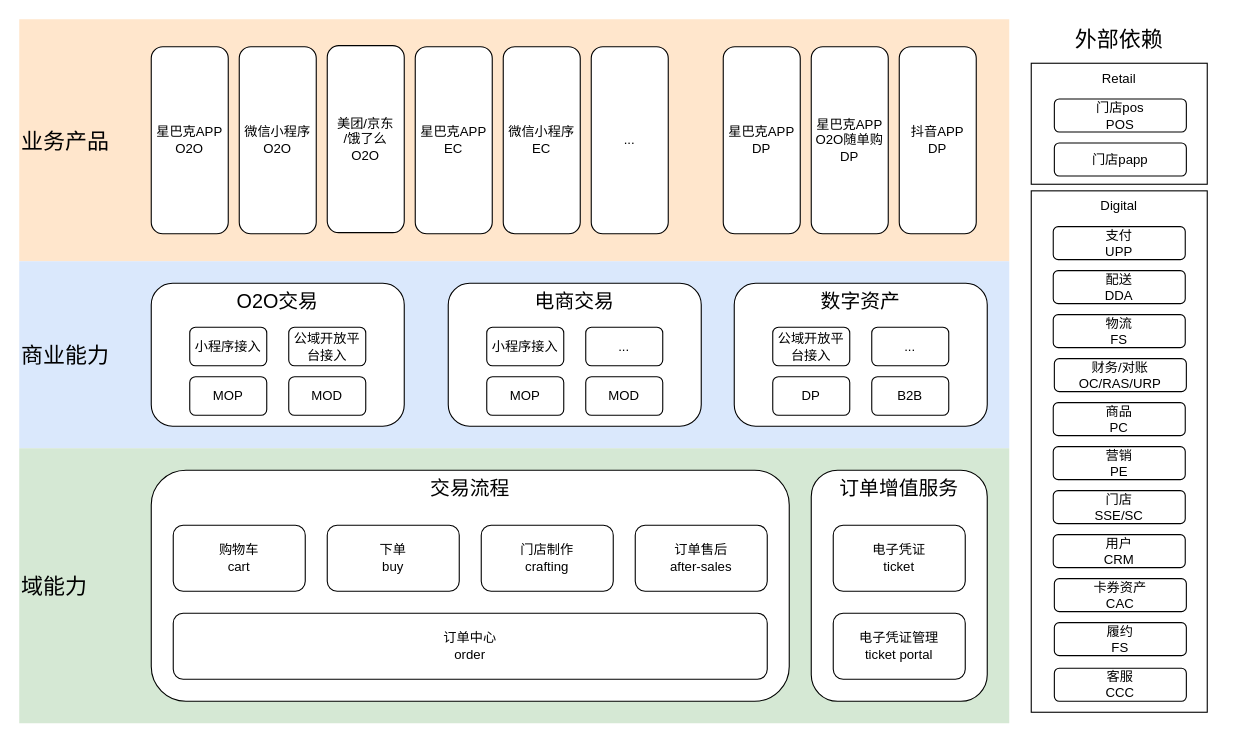
This is page "目标技术架构" (2 of 4) of OMS2.0业务架构.drawio from alexzhang2015/PC2.0, a draw.io file, before an edit. Source tidied: cells renumbered, new cells numbered last; positions are measured from the earlier drawing's top-left corner, leaving out a move shared by most shapes. Both pictures are drawn from the tidied source at 110%, with x=0, y=0 at pixel (19, 19).
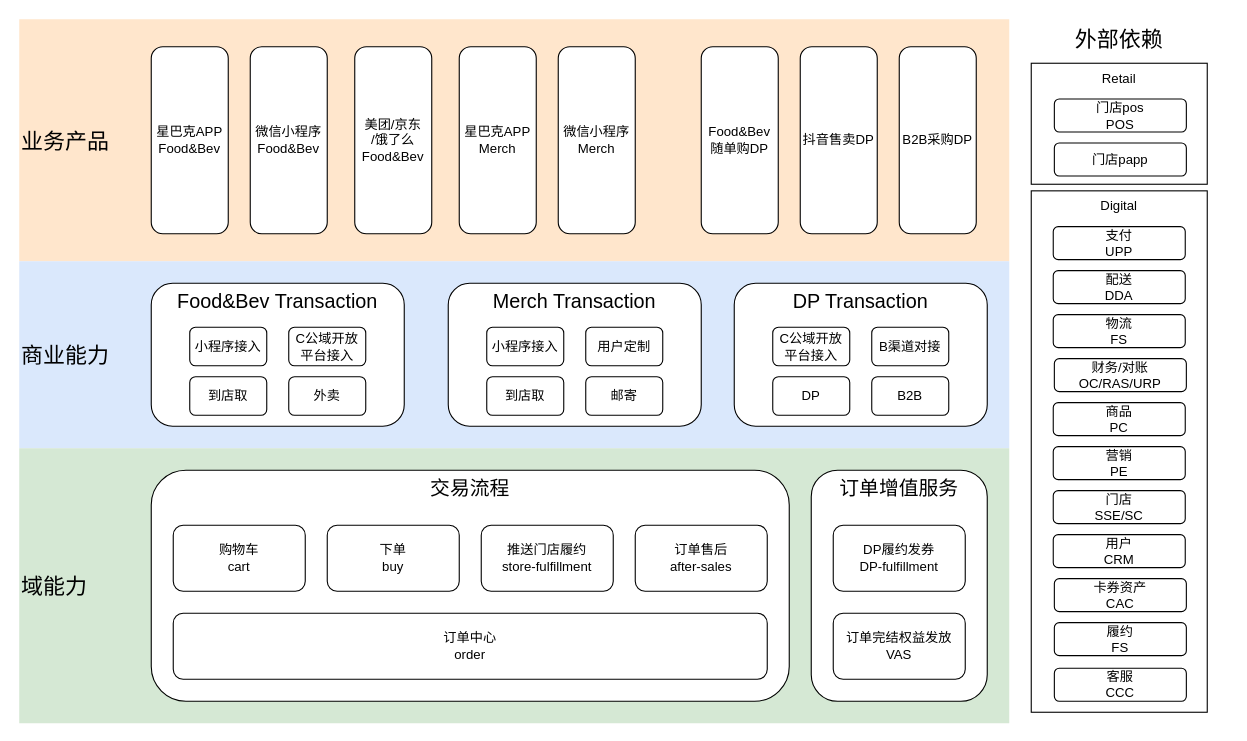
The same page after the edit.

Commit message:
更新OMS2.0业务架构.drawio

Diff of the diagram source:
```diff
@@
-    <mxCell id="10" value="门店制作&lt;div&gt;crafting&lt;/div&gt;" style="rounded=1;whiteSpace=wrap;html=1;" parent="1" vertex="1">
+    <mxCell id="10" value="推送门店履约&lt;div&gt;store-fulfillment&lt;/div&gt;" style="rounded=1;whiteSpace=wrap;html=1;" parent="1" vertex="1">
       <mxGeometry x="420" y="460" width="120" height="60" as="geometry" />
     </mxCell>
@@
-    <mxCell id="14" value="数字资产" style="rounded=1;whiteSpace=wrap;html=1;verticalAlign=top;fontSize=18;" parent="1" vertex="1">
+    <mxCell id="14" value="DP Transaction" style="rounded=1;whiteSpace=wrap;html=1;verticalAlign=top;fontSize=18;" parent="1" vertex="1">
       <mxGeometry x="650" y="240" width="230" height="130" as="geometry" />
     </mxCell>
-    <mxCell id="15" value="电子凭证管理&lt;div&gt;ticket portal&lt;/div&gt;" style="rounded=1;whiteSpace=wrap;html=1;" parent="1" vertex="1">
+    <mxCell id="15" value="&lt;div&gt;订单完结权益发放&lt;/div&gt;&lt;div&gt;VAS&lt;/div&gt;" style="rounded=1;whiteSpace=wrap;html=1;" parent="1" vertex="1">
       <mxGeometry x="740" y="540" width="120" height="60" as="geometry" />
     </mxCell>
-    <mxCell id="16" value="电子凭证&lt;div&gt;ticket&lt;/div&gt;" style="rounded=1;whiteSpace=wrap;html=1;" parent="1" vertex="1">
+    <mxCell id="16" value="DP履约发券&lt;div&gt;DP-fulfillment&lt;/div&gt;" style="rounded=1;whiteSpace=wrap;html=1;" parent="1" vertex="1">
       <mxGeometry x="740" y="460" width="120" height="60" as="geometry" />
     </mxCell>
-    <mxCell id="17" value="电商交易" style="rounded=1;whiteSpace=wrap;html=1;verticalAlign=top;fontSize=18;" parent="1" vertex="1">
+    <mxCell id="17" value="Merch Transaction" style="rounded=1;whiteSpace=wrap;html=1;verticalAlign=top;fontSize=18;" parent="1" vertex="1">
       <mxGeometry x="390" y="240" width="230" height="130" as="geometry" />
     </mxCell>
-    <mxCell id="18" value="&lt;font style=&quot;font-size: 18px;&quot;&gt;O2O交易&lt;/font&gt;" style="rounded=1;whiteSpace=wrap;html=1;verticalAlign=top;" parent="1" vertex="1">
+    <mxCell id="18" value="&lt;font style=&quot;font-size: 18px;&quot;&gt;Food&amp;amp;Bev Transaction&lt;/font&gt;" style="rounded=1;whiteSpace=wrap;html=1;verticalAlign=top;" parent="1" vertex="1">
       <mxGeometry x="120" y="240" width="230" height="130" as="geometry" />
     </mxCell>
-    <mxCell id="19" value="星巴克APP&lt;div&gt;O2O&lt;/div&gt;" style="rounded=1;whiteSpace=wrap;html=1;" parent="1" vertex="1">
+    <mxCell id="19" value="星巴克APP&lt;div&gt;Food&amp;amp;Bev&lt;/div&gt;" style="rounded=1;whiteSpace=wrap;html=1;" parent="1" vertex="1">
       <mxGeometry x="120" y="25" width="70" height="170" as="geometry" />
     </mxCell>
-    <mxCell id="20" value="微信小程序&lt;div&gt;O2O&lt;/div&gt;" style="rounded=1;whiteSpace=wrap;html=1;" parent="1" vertex="1">
-      <mxGeometry x="200" y="25" width="70" height="170" as="geometry" />
+    <mxCell id="20" value="微信小程序&lt;div&gt;Food&amp;amp;Bev&lt;/div&gt;" style="rounded=1;whiteSpace=wrap;html=1;" parent="1" vertex="1">
+      <mxGeometry x="210" y="25" width="70" height="170" as="geometry" />
     </mxCell>
-    <mxCell id="21" value="美团/京东&lt;div&gt;/&lt;span style=&quot;background-color: initial;&quot;&gt;饿了么&lt;/span&gt;&lt;div&gt;O2O&lt;/div&gt;&lt;/div&gt;" style="rounded=1;whiteSpace=wrap;html=1;" parent="1" vertex="1">
-      <mxGeometry x="280" y="24" width="70" height="170" as="geometry" />
+    <mxCell id="21" value="美团/京东&lt;div&gt;/&lt;span style=&quot;background-color: initial;&quot;&gt;饿了么&lt;/span&gt;&lt;div&gt;Food&amp;amp;Bev&lt;/div&gt;&lt;/div&gt;" style="rounded=1;whiteSpace=wrap;html=1;" parent="1" vertex="1">
+      <mxGeometry x="305" y="25" width="70" height="170" as="geometry" />
     </mxCell>
-    <mxCell id="22" value="星巴克APP&lt;div&gt;EC&lt;/div&gt;" style="rounded=1;whiteSpace=wrap;html=1;" parent="1" vertex="1">
-      <mxGeometry x="360" y="25" width="70" height="170" as="geometry" />
+    <mxCell id="22" value="星巴克APP&lt;div&gt;Merch&lt;/div&gt;" style="rounded=1;whiteSpace=wrap;html=1;" parent="1" vertex="1">
+      <mxGeometry x="400" y="25" width="70" height="170" as="geometry" />
     </mxCell>
@@
-    <mxCell id="24" value="MOP" style="rounded=1;whiteSpace=wrap;html=1;" parent="1" vertex="1">
+    <mxCell id="24" value="到店取" style="rounded=1;whiteSpace=wrap;html=1;" parent="1" vertex="1">
       <mxGeometry x="155" y="325" width="70" height="35" as="geometry" />
     </mxCell>
-    <mxCell id="25" value="公域开放平台接入" style="rounded=1;whiteSpace=wrap;html=1;" parent="1" vertex="1">
+    <mxCell id="25" value="C公域开放平台接入" style="rounded=1;whiteSpace=wrap;html=1;" parent="1" vertex="1">
       <mxGeometry x="245" y="280" width="70" height="35" as="geometry" />
     </mxCell>
-    <mxCell id="26" value="MOD" style="rounded=1;whiteSpace=wrap;html=1;" parent="1" vertex="1">
+    <mxCell id="26" value="外卖" style="rounded=1;whiteSpace=wrap;html=1;" parent="1" vertex="1">
       <mxGeometry x="245" y="325" width="70" height="35" as="geometry" />
     </mxCell>
@@
-    <mxCell id="28" value="MOP" style="rounded=1;whiteSpace=wrap;html=1;" parent="1" vertex="1">
+    <mxCell id="28" value="到店取" style="rounded=1;whiteSpace=wrap;html=1;" parent="1" vertex="1">
       <mxGeometry x="425" y="325" width="70" height="35" as="geometry" />
     </mxCell>
-    <mxCell id="29" value="..." style="rounded=1;whiteSpace=wrap;html=1;" parent="1" vertex="1">
+    <mxCell id="29" value="用户定制" style="rounded=1;whiteSpace=wrap;html=1;" parent="1" vertex="1">
       <mxGeometry x="515" y="280" width="70" height="35" as="geometry" />
     </mxCell>
-    <mxCell id="30" value="MOD" style="rounded=1;whiteSpace=wrap;html=1;" parent="1" vertex="1">
+    <mxCell id="30" value="邮寄" style="rounded=1;whiteSpace=wrap;html=1;" parent="1" vertex="1">
       <mxGeometry x="515" y="325" width="70" height="35" as="geometry" />
     </mxCell>
-    <mxCell id="31" value="公域开放平台接入" style="rounded=1;whiteSpace=wrap;html=1;" parent="1" vertex="1">
+    <mxCell id="31" value="C公域开放平台接入" style="rounded=1;whiteSpace=wrap;html=1;" parent="1" vertex="1">
       <mxGeometry x="685" y="280" width="70" height="35" as="geometry" />
     </mxCell>
-    <mxCell id="32" value="..." style="rounded=1;whiteSpace=wrap;html=1;" parent="1" vertex="1">
+    <mxCell id="32" value="B渠道对接" style="rounded=1;whiteSpace=wrap;html=1;" parent="1" vertex="1">
       <mxGeometry x="775" y="280" width="70" height="35" as="geometry" />
     </mxCell>
@@
-    <mxCell id="35" value="微信小程序&lt;div&gt;EC&lt;/div&gt;" style="rounded=1;whiteSpace=wrap;html=1;" parent="1" vertex="1">
-      <mxGeometry x="440" y="25" width="70" height="170" as="geometry" />
+    <mxCell id="35" value="微信小程序&lt;div&gt;Merch&lt;/div&gt;" style="rounded=1;whiteSpace=wrap;html=1;" parent="1" vertex="1">
+      <mxGeometry x="490" y="25" width="70" height="170" as="geometry" />
     </mxCell>
-    <mxCell id="36" value="星巴克APP&lt;div&gt;DP&lt;/div&gt;" style="rounded=1;whiteSpace=wrap;html=1;" parent="1" vertex="1">
-      <mxGeometry x="640" y="25" width="70" height="170" as="geometry" />
+    <mxCell id="36" value="Food&amp;amp;Bev随单购DP" style="rounded=1;whiteSpace=wrap;html=1;" parent="1" vertex="1">
+      <mxGeometry x="620" y="25" width="70" height="170" as="geometry" />
     </mxCell>
-    <mxCell id="37" value="星巴克APP&lt;div&gt;O2O随单购DP&lt;/div&gt;" style="rounded=1;whiteSpace=wrap;html=1;" parent="1" vertex="1">
-      <mxGeometry x="720" y="25" width="70" height="170" as="geometry" />
+    <mxCell id="37" value="抖音售卖DP" style="rounded=1;whiteSpace=wrap;html=1;" parent="1" vertex="1">
+      <mxGeometry x="710" y="25" width="70" height="170" as="geometry" />
     </mxCell>
-    <mxCell id="38" value="抖音APP&lt;div&gt;DP&lt;/div&gt;" style="rounded=1;whiteSpace=wrap;html=1;" parent="1" vertex="1">
+    <mxCell id="38" value="B2B采购DP" style="rounded=1;whiteSpace=wrap;html=1;" parent="1" vertex="1">
       <mxGeometry x="800" y="25" width="70" height="170" as="geometry" />
     </mxCell>
-    <mxCell id="39" value="..." style="rounded=1;whiteSpace=wrap;html=1;" parent="1" vertex="1">
-      <mxGeometry x="520" y="25" width="70" height="170" as="geometry" />
-    </mxCell>
```
